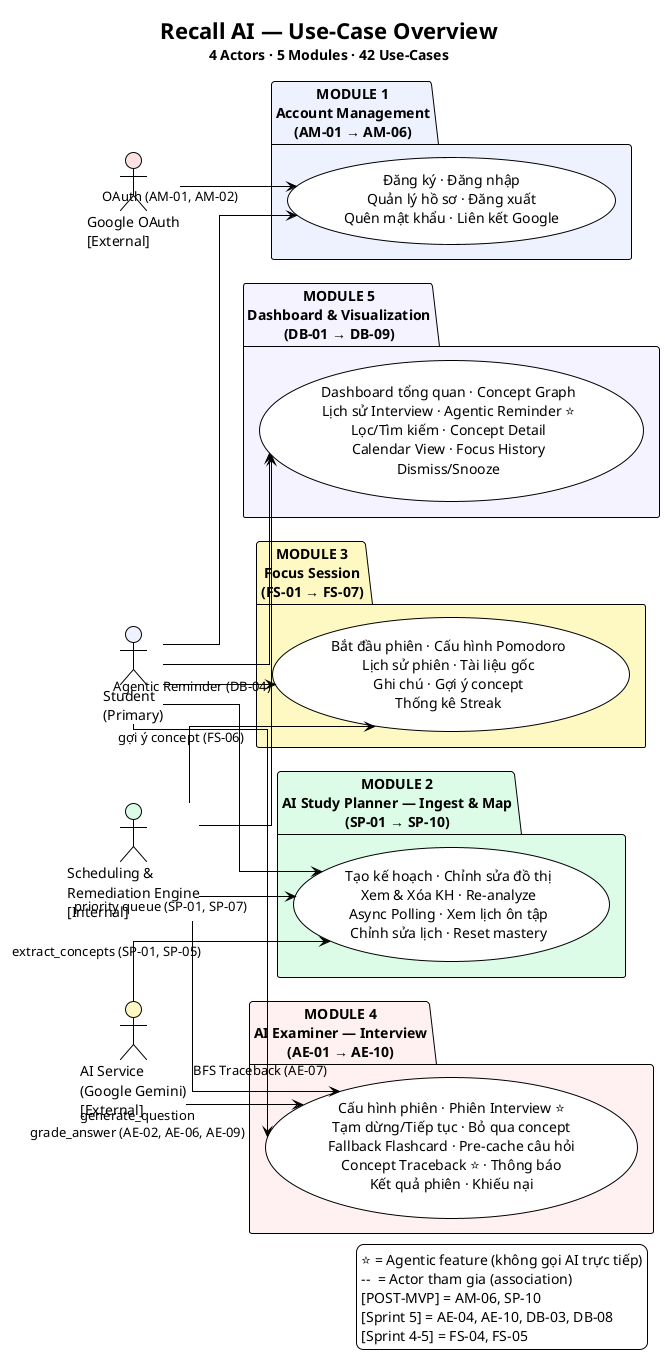
Earlier version of the PlantUML export pa/pa2/Use-case model/UC-00_Overview.png (Lade1q/planning-ai).
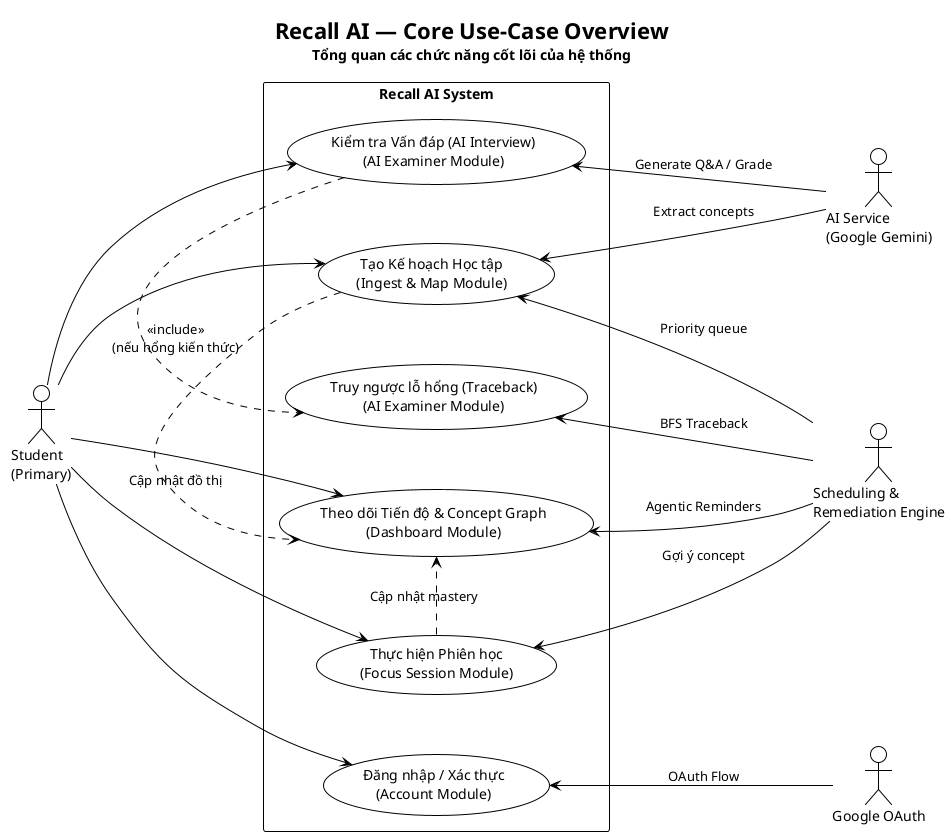
Later version of the same file.

Commit message:
chore: restyle diagram overview

Change to the diagram source:
```diff
@@ -1,7 +1,8 @@
 @startuml UC-00_Overview
 !theme plain
 skinparam shadowing false
-skinparam linetype ortho
+skinparam nodesep 60
+skinparam ranksep 80
 
 <style>
 usecaseDiagram {
@@ -34,67 +35,52 @@
     FontColor #475569
     FontSize 11
   }
-
-  note {
-    BackgroundColor #FFFBEB
-    BorderColor #D97706
-    FontColor #78350F
-    FontSize 11
-  }
 }
 </style>
 
-title <size:22><b>Recall AI — Use-Case Overview</b></size>\n<size:14>4 Actors · 5 Modules · 42 Use-Cases</size>
+title <size:22><b>Recall AI — Core Use-Case Overview</b></size>\n<size:14>Tổng quan các chức năng cốt lõi của hệ thống</size>
 
 left to right direction
 
-actor "Student\n(Primary)" as STU #EEF2FF
-actor "AI Service\n(Google Gemini)\n[External]" as AI #FEF9C3
-actor "Scheduling &\nRemediation Engine\n[Internal]" as SRE #DCFCE7
-actor "Google OAuth\n[External]" as GOAUTH #FEE2E2
+actor "Student\n(Primary)" as STU
+actor "Google OAuth" as GOAUTH
+actor "AI Service\n(Google Gemini)" as AI
+actor "Scheduling &\nRemediation Engine" as SRE
 
-package "MODULE 1\nAccount Management\n(AM-01 → AM-06)" as AM #EEF2FF {
-  usecase "Đăng ký · Đăng nhập\nQuản lý hồ sơ · Đăng xuất\nQuên mật khẩu · Liên kết Google" as AM_UC
+rectangle "Recall AI System" {
+
+  usecase "Đăng nhập / Xác thực\n(Account Module)" as uc_auth
+
+  usecase "Tạo Kế hoạch Học tập\n(Ingest & Map Module)" as uc_plan
+
+  usecase "Thực hiện Phiên học\n(Focus Session Module)" as uc_focus
+
+  usecase "Kiểm tra Vấn đáp (AI Interview)\n(AI Examiner Module)" as uc_interview
+
+  usecase "Truy ngược lỗ hổng (Traceback)\n(AI Examiner Module)" as uc_traceback
+
+  usecase "Theo dõi Tiến độ & Concept Graph\n(Dashboard Module)" as uc_dash
+
 }
 
-package "MODULE 2\nAI Study Planner — Ingest & Map\n(SP-01 → SP-10)" as SP #DCFCE7 {
-  usecase "Tạo kế hoạch · Chỉnh sửa đồ thị\nXem & Xóa KH · Re-analyze\nAsync Polling · Xem lịch ôn tập\nChỉnh sửa lịch · Reset mastery" as SP_UC
-}
+STU --> uc_auth
+STU --> uc_plan
+STU --> uc_focus
+STU --> uc_interview
+STU --> uc_dash
 
-package "MODULE 3\nFocus Session\n(FS-01 → FS-07)" as FS #FEF9C3 {
-  usecase "Bắt đầu phiên · Cấu hình Pomodoro\nLịch sử phiên · Tài liệu gốc\nGhi chú · Gợi ý concept\nThống kê Streak" as FS_UC
-}
+uc_interview .> uc_traceback : <<include>>\n(nếu hổng kiến thức)
+uc_plan .> uc_dash : Cập nhật đồ thị
+uc_focus .> uc_dash : Cập nhật mastery
 
-package "MODULE 4\nAI Examiner — Interview\n(AE-01 → AE-10)" as AE #FFF1F2 {
-  usecase "Cấu hình phiên · Phiên Interview ⭐\nTạm dừng/Tiếp tục · Bỏ qua concept\nFallback Flashcard · Pre-cache câu hỏi\nConcept Traceback ⭐ · Thông báo\nKết quả phiên · Khiếu nại" as AE_UC
-}
+uc_auth <-- GOAUTH : OAuth Flow
 
-package "MODULE 5\nDashboard & Visualization\n(DB-01 → DB-09)" as DB #F5F3FF {
-  usecase "Dashboard tổng quan · Concept Graph\nLịch sử Interview · Agentic Reminder ⭐\nLọc/Tìm kiếm · Concept Detail\nCalendar View · Focus History\nDismiss/Snooze" as DB_UC
-}
+uc_plan <-- AI : Extract concepts
+uc_interview <-- AI : Generate Q&A / Grade
 
-STU --> AM_UC
-STU --> SP_UC
-STU --> FS_UC
-STU --> AE_UC
-STU --> DB_UC
-
-GOAUTH --> AM_UC : OAuth (AM-01, AM-02)
-
-AI --> SP_UC : extract_concepts (SP-01, SP-05)
-AI --> AE_UC : generate_question\ngrade_answer (AE-02, AE-06, AE-09)
-
-SRE --> SP_UC : priority queue (SP-01, SP-07)
-SRE --> FS_UC : gợi ý concept (FS-06)
-SRE --> AE_UC : BFS Traceback (AE-07)
-SRE --> DB_UC : Agentic Reminder (DB-04)
-
-legend right
-  ⭐ = Agentic feature (không gọi AI trực tiếp)
-  --  = Actor tham gia (association)
-  [POST-MVP] = AM-06, SP-10
-  [Sprint 5] = AE-04, AE-10, DB-03, DB-08
-  [Sprint 4-5] = FS-04, FS-05
-endlegend
+uc_plan <-- SRE : Priority queue
+uc_focus <-- SRE : Gợi ý concept
+uc_traceback <-- SRE : BFS Traceback
+uc_dash <-- SRE : Agentic Reminders
 
 @enduml
```
